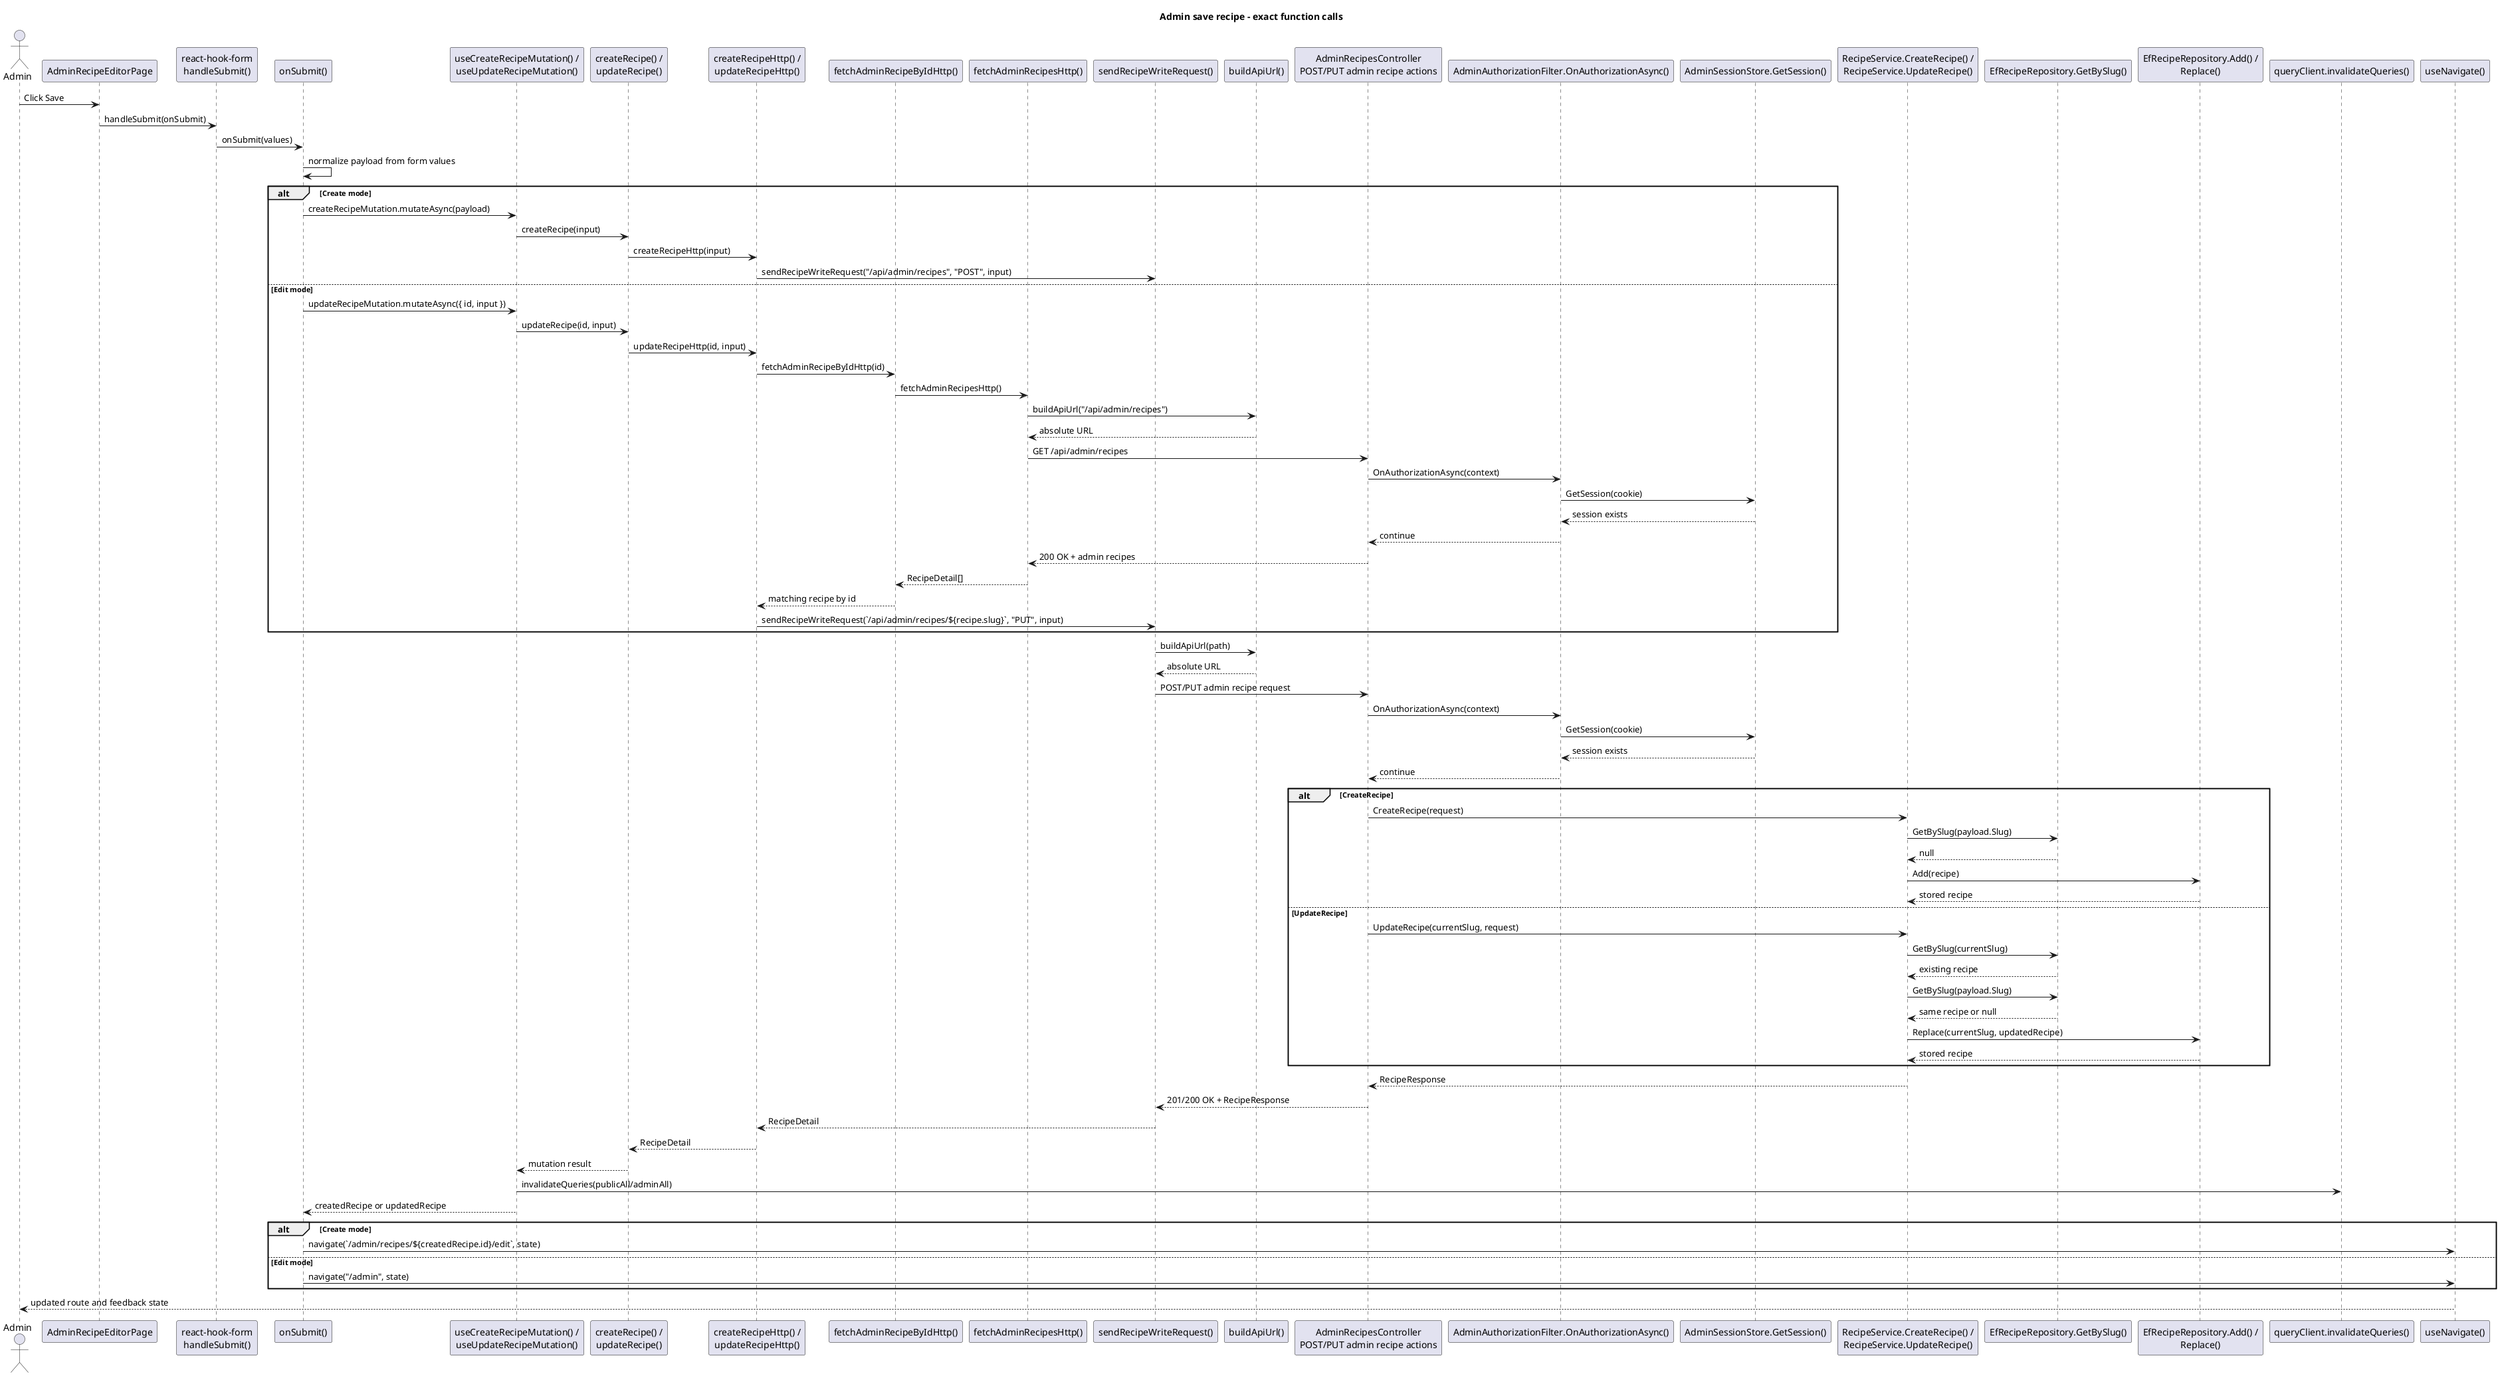
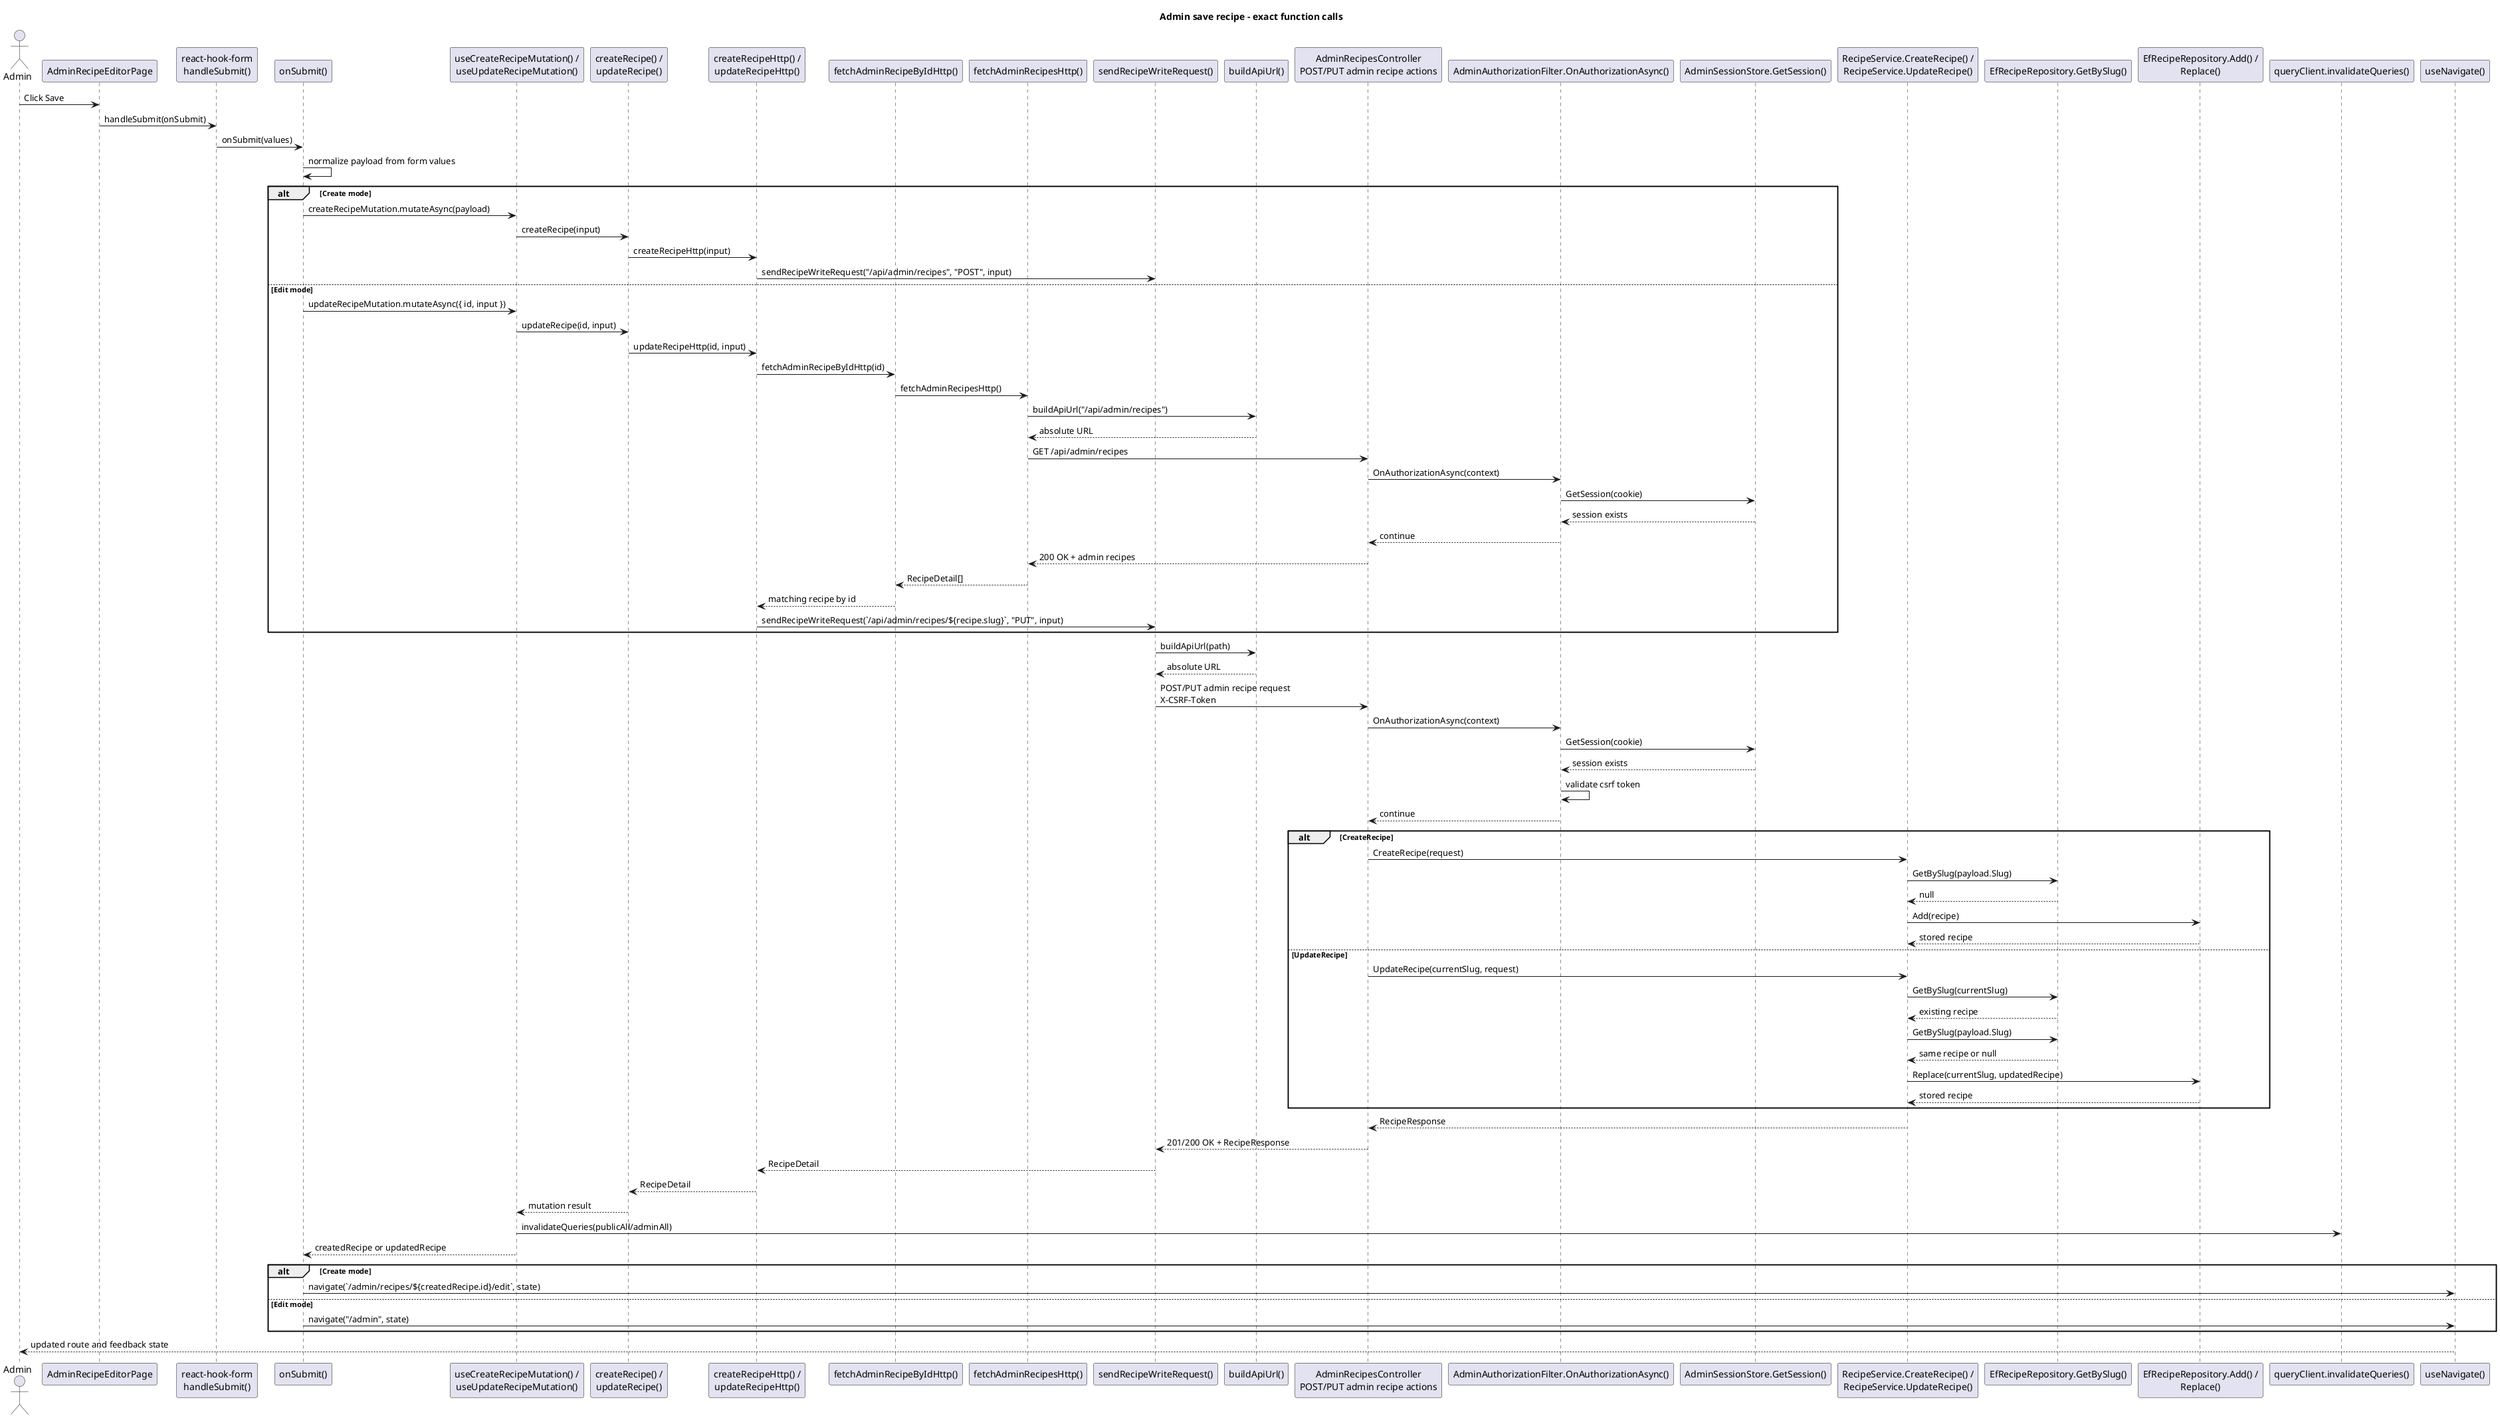
@startuml
title Admin save recipe - exact function calls

actor Admin
participant "AdminRecipeEditorPage" as EditorPage
participant "react-hook-form\nhandleSubmit()" as HandleSubmit
participant "onSubmit()" as OnSubmit
participant "useCreateRecipeMutation() /\nuseUpdateRecipeMutation()" as SaveMutation
participant "createRecipe() /\nupdateRecipe()" as RecipeApiFacade
participant "createRecipeHttp() /\nupdateRecipeHttp()" as RecipeHttpAdapter
participant "fetchAdminRecipeByIdHttp()" as FetchAdminByIdHttp
participant "fetchAdminRecipesHttp()" as FetchAdminRecipesHttp
participant "sendRecipeWriteRequest()" as SendWriteRequest
participant "buildApiUrl()" as BuildApiUrl
participant "AdminRecipesController\nPOST/PUT admin recipe actions" as AdminEndpoint
participant "AdminAuthorizationFilter.OnAuthorizationAsync()" as Filter
participant "AdminSessionStore.GetSession()" as GetSession
participant "RecipeService.CreateRecipe() /\nRecipeService.UpdateRecipe()" as RecipeService
participant "EfRecipeRepository.GetBySlug()" as RepoGetBySlug
participant "EfRecipeRepository.Add() /\nReplace()" as RepoWrite
participant "queryClient.invalidateQueries()" as InvalidateQueries
participant "useNavigate()" as Navigate

Admin -> EditorPage : Click Save
EditorPage -> HandleSubmit : handleSubmit(onSubmit)
HandleSubmit -> OnSubmit : onSubmit(values)
OnSubmit -> OnSubmit : normalize payload from form values

alt Create mode
  OnSubmit -> SaveMutation : createRecipeMutation.mutateAsync(payload)
  SaveMutation -> RecipeApiFacade : createRecipe(input)
  RecipeApiFacade -> RecipeHttpAdapter : createRecipeHttp(input)
  RecipeHttpAdapter -> SendWriteRequest : sendRecipeWriteRequest("/api/admin/recipes", "POST", input)
else Edit mode
  OnSubmit -> SaveMutation : updateRecipeMutation.mutateAsync({ id, input })
  SaveMutation -> RecipeApiFacade : updateRecipe(id, input)
  RecipeApiFacade -> RecipeHttpAdapter : updateRecipeHttp(id, input)
  RecipeHttpAdapter -> FetchAdminByIdHttp : fetchAdminRecipeByIdHttp(id)
  FetchAdminByIdHttp -> FetchAdminRecipesHttp : fetchAdminRecipesHttp()
  FetchAdminRecipesHttp -> BuildApiUrl : buildApiUrl("/api/admin/recipes")
  BuildApiUrl --> FetchAdminRecipesHttp : absolute URL
  FetchAdminRecipesHttp -> AdminEndpoint : GET /api/admin/recipes
  AdminEndpoint -> Filter : OnAuthorizationAsync(context)
  Filter -> GetSession : GetSession(cookie)
  GetSession --> Filter : session exists
  Filter --> AdminEndpoint : continue
  AdminEndpoint --> FetchAdminRecipesHttp : 200 OK + admin recipes
  FetchAdminRecipesHttp --> FetchAdminByIdHttp : RecipeDetail[]
  FetchAdminByIdHttp --> RecipeHttpAdapter : matching recipe by id
  RecipeHttpAdapter -> SendWriteRequest : sendRecipeWriteRequest(`/api/admin/recipes/${recipe.slug}`, "PUT", input)
end

SendWriteRequest -> BuildApiUrl : buildApiUrl(path)
BuildApiUrl --> SendWriteRequest : absolute URL
- SendWriteRequest -> AdminEndpoint : POST/PUT admin recipe request
+ SendWriteRequest -> AdminEndpoint : POST/PUT admin recipe request\nX-CSRF-Token
AdminEndpoint -> Filter : OnAuthorizationAsync(context)
Filter -> GetSession : GetSession(cookie)
GetSession --> Filter : session exists
+ Filter -> Filter : validate csrf token
Filter --> AdminEndpoint : continue

alt CreateRecipe
  AdminEndpoint -> RecipeService : CreateRecipe(request)
  RecipeService -> RepoGetBySlug : GetBySlug(payload.Slug)
  RepoGetBySlug --> RecipeService : null
  RecipeService -> RepoWrite : Add(recipe)
  RepoWrite --> RecipeService : stored recipe
else UpdateRecipe
  AdminEndpoint -> RecipeService : UpdateRecipe(currentSlug, request)
  RecipeService -> RepoGetBySlug : GetBySlug(currentSlug)
  RepoGetBySlug --> RecipeService : existing recipe
  RecipeService -> RepoGetBySlug : GetBySlug(payload.Slug)
  RepoGetBySlug --> RecipeService : same recipe or null
  RecipeService -> RepoWrite : Replace(currentSlug, updatedRecipe)
  RepoWrite --> RecipeService : stored recipe
end

RecipeService --> AdminEndpoint : RecipeResponse
AdminEndpoint --> SendWriteRequest : 201/200 OK + RecipeResponse
SendWriteRequest --> RecipeHttpAdapter : RecipeDetail
RecipeHttpAdapter --> RecipeApiFacade : RecipeDetail
RecipeApiFacade --> SaveMutation : mutation result
SaveMutation -> InvalidateQueries : invalidateQueries(publicAll/adminAll)
SaveMutation --> OnSubmit : createdRecipe or updatedRecipe

alt Create mode
  OnSubmit -> Navigate : navigate(`/admin/recipes/${createdRecipe.id}/edit`, state)
else Edit mode
  OnSubmit -> Navigate : navigate("/admin", state)
end

Navigate --> Admin : updated route and feedback state

@enduml
